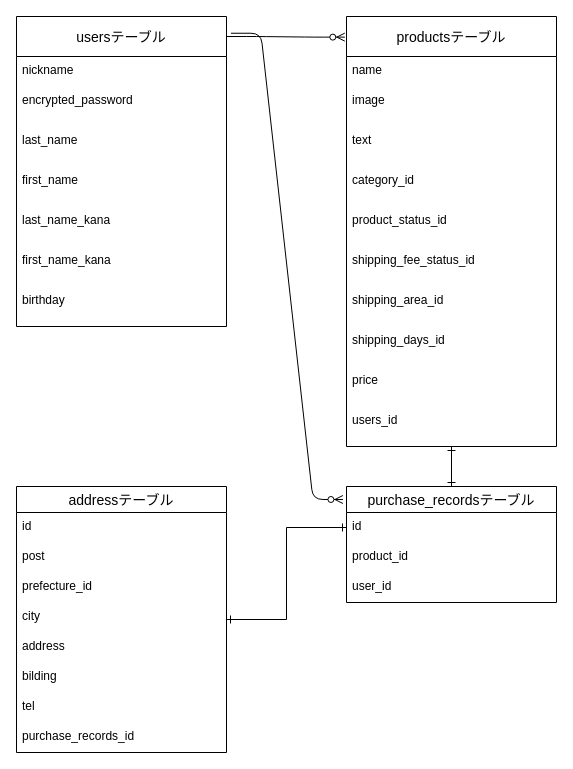
This is furima.dio from fuji0920/furima--28658-, a draw.io file, before an edit. Source tidied: cells renumbered, new cells numbered last; positions are measured from the earlier drawing's top-left corner, leaving out a move shared by most shapes. Both pictures are drawn from the tidied source at 100%, with x=0, y=0 at pixel (16, 16).
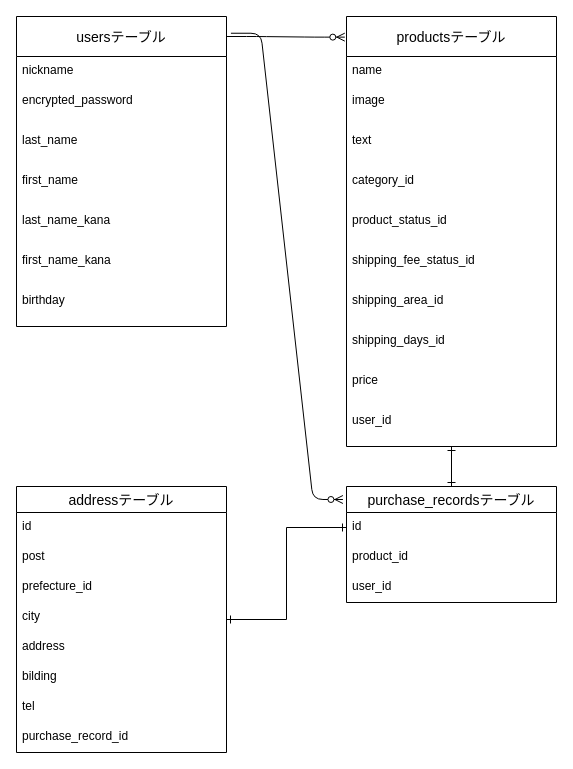
The same diagram, later.

Commit message (it also covers changes not shown here):
データベース設計_修正4

The change refers to these unchanged cells:
```xml
<mxCell id="12" value="productsテーブル" style="swimlane;fontStyle=0;horizontal=1;startSize=40;align=center;fontSize=14;" parent="1" vertex="1">
  <mxGeometry x="330" width="210" height="430" as="geometry" />
</mxCell>
<mxCell id="25" value="addressテーブル" style="swimlane;fontStyle=0;horizontal=1;startSize=26;align=center;fontSize=14;" parent="1" vertex="1">
  <mxGeometry y="470" width="210" height="266" as="geometry" />
</mxCell>
```

The edit, as a diff of the source:
```diff
@@
-    <mxCell id="22" value="users_id" style="text;strokeColor=none;fillColor=none;spacingLeft=4;spacingRight=4;overflow=hidden;fontSize=12;" parent="12" vertex="1">
+    <mxCell id="22" value="user_id" style="text;strokeColor=none;fillColor=none;spacingLeft=4;spacingRight=4;overflow=hidden;fontSize=12;" parent="12" vertex="1">
       <mxGeometry y="390" width="210" height="40" as="geometry" />
     </mxCell>
@@
-    <mxCell id="33" value="purchase_records_id" style="text;strokeColor=none;fillColor=none;spacingLeft=4;spacingRight=4;overflow=hidden;fontSize=12;" parent="25" vertex="1">
+    <mxCell id="33" value="purchase_record_id" style="text;strokeColor=none;fillColor=none;spacingLeft=4;spacingRight=4;overflow=hidden;fontSize=12;" parent="25" vertex="1">
       <mxGeometry y="236" width="210" height="30" as="geometry" />
     </mxCell>
```
